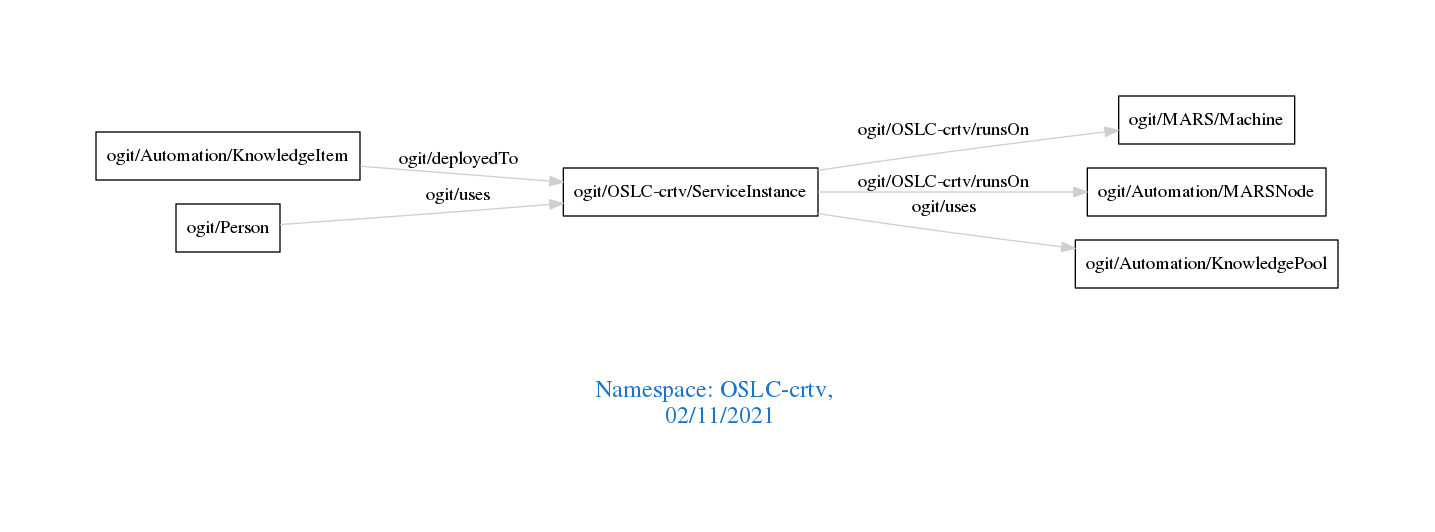
This is downloads/OSLC-crtv.png from arago/OGIT, a Graphviz export, as it was before one commit. Its source is kept beside it as downloads/OSLC-crtv.dot.
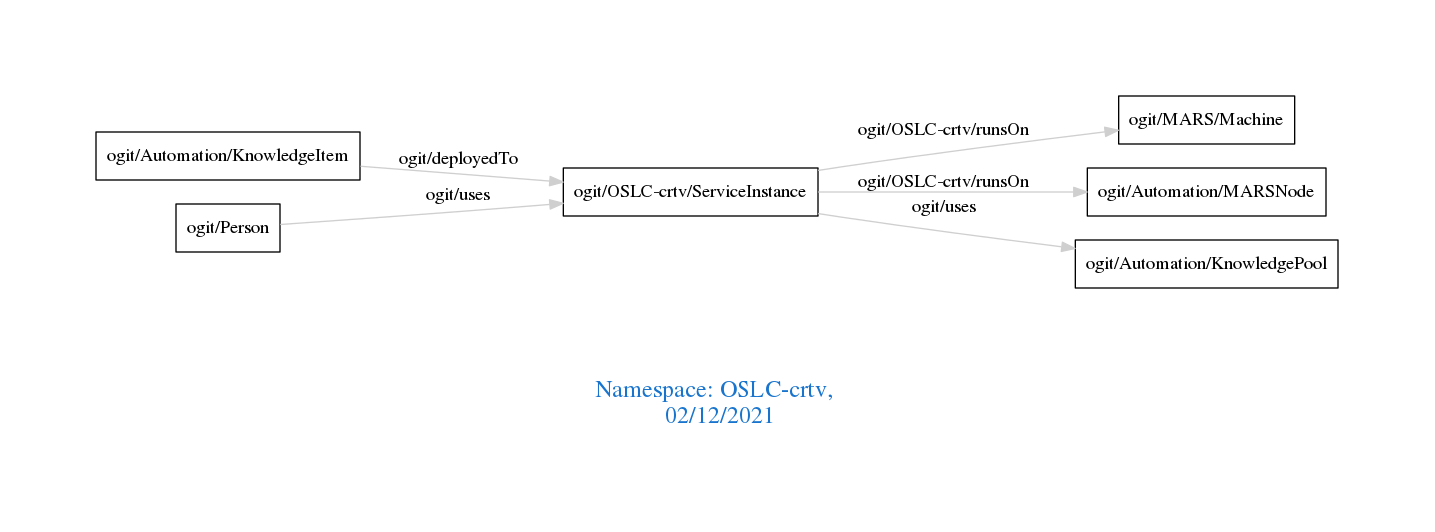
Later version of the same file.

Change to the diagram source:
```diff
@@ -1,7 +1,7 @@
 digraph OGIT_ontology {
  graph [ rankdir= LR,pad=1
 fontsize = 18,
-fontcolor= dodgerblue3,label = "\n\n\nNamespace: OSLC-crtv, \n 02/11/2021"];
+fontcolor= dodgerblue3,label = "\n\n\nNamespace: OSLC-crtv, \n 02/12/2021"];
 node[shape=polygon];
 edge [  color="gray81"];
 
```
